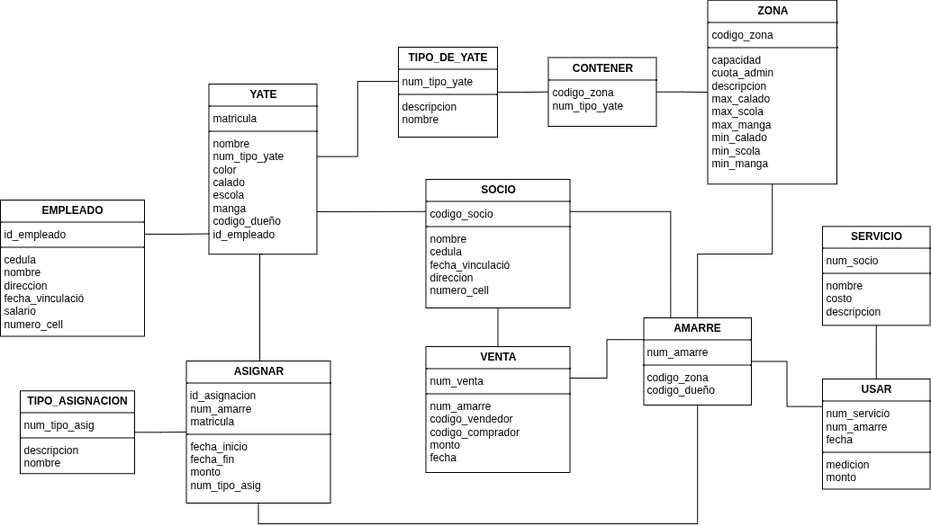
The draw.io diagram docs/img/relacional.png in XhuaShell/projet_management_yacht_system, before a commit. Source tidied: cells renumbered, new cells last; positions are measured from the earlier drawing's top-left corner, leaving out a move shared by most shapes.
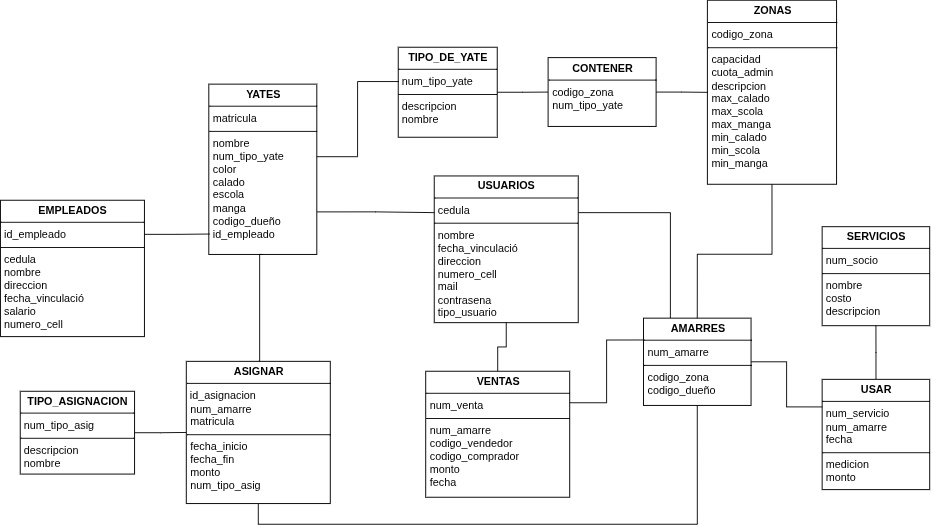
The same file after the commit.

The edit, as a diff of the source:
```diff
@@ -2,14 +2,14 @@
   <root>
     <mxCell id="0" />
     <mxCell id="1" parent="0" />
-    <mxCell id="2" value="&lt;p style=&quot;margin:0px;margin-top:4px;text-align:center;&quot;&gt;&lt;b&gt;EMPLEADO&lt;/b&gt;&lt;/p&gt;&lt;hr size=&quot;1&quot; style=&quot;border-style:solid;&quot;&gt;&lt;p style=&quot;margin:0px;margin-left:4px;&quot;&gt;id_empleado&lt;/p&gt;&lt;hr size=&quot;1&quot; style=&quot;border-style:solid;&quot;&gt;&lt;p style=&quot;margin: 0px 0px 0px 4px;&quot;&gt;cedula&lt;/p&gt;&lt;p style=&quot;margin: 0px 0px 0px 4px;&quot;&gt;nombre&lt;/p&gt;&lt;p style=&quot;margin: 0px 0px 0px 4px;&quot;&gt;direccion&lt;/p&gt;&lt;p style=&quot;margin: 0px 0px 0px 4px;&quot;&gt;fecha_vinculació&lt;/p&gt;&lt;p style=&quot;margin: 0px 0px 0px 4px;&quot;&gt;salario&lt;/p&gt;&lt;p style=&quot;margin: 0px 0px 0px 4px;&quot;&gt;numero_cell&lt;/p&gt;&lt;p style=&quot;margin: 0px 0px 0px 4px;&quot;&gt;&lt;br&gt;&lt;/p&gt;" style="verticalAlign=top;align=left;overflow=fill;html=1;whiteSpace=wrap;" parent="1" vertex="1">
+    <mxCell id="2" value="&lt;p style=&quot;margin:0px;margin-top:4px;text-align:center;&quot;&gt;&lt;b&gt;EMPLEADOS&lt;/b&gt;&lt;/p&gt;&lt;hr size=&quot;1&quot; style=&quot;border-style:solid;&quot;&gt;&lt;p style=&quot;margin:0px;margin-left:4px;&quot;&gt;id_empleado&lt;/p&gt;&lt;hr size=&quot;1&quot; style=&quot;border-style:solid;&quot;&gt;&lt;p style=&quot;margin: 0px 0px 0px 4px;&quot;&gt;cedula&lt;/p&gt;&lt;p style=&quot;margin: 0px 0px 0px 4px;&quot;&gt;nombre&lt;/p&gt;&lt;p style=&quot;margin: 0px 0px 0px 4px;&quot;&gt;direccion&lt;/p&gt;&lt;p style=&quot;margin: 0px 0px 0px 4px;&quot;&gt;fecha_vinculació&lt;/p&gt;&lt;p style=&quot;margin: 0px 0px 0px 4px;&quot;&gt;salario&lt;/p&gt;&lt;p style=&quot;margin: 0px 0px 0px 4px;&quot;&gt;numero_cell&lt;/p&gt;&lt;p style=&quot;margin: 0px 0px 0px 4px;&quot;&gt;&lt;br&gt;&lt;/p&gt;" style="verticalAlign=top;align=left;overflow=fill;html=1;whiteSpace=wrap;" parent="1" vertex="1">
       <mxGeometry y="222" width="160" height="151.5" as="geometry" />
     </mxCell>
     <mxCell id="3" style="edgeStyle=orthogonalEdgeStyle;rounded=0;jettySize=auto;html=1;entryX=0.25;entryY=0;entryDx=0;entryDy=0;endArrow=none;endFill=0;exitX=1;exitY=0.25;exitDx=0;exitDy=0;" parent="1" edge="1" source="4" target="12">
       <mxGeometry relative="1" as="geometry" />
     </mxCell>
-    <mxCell id="4" value="&lt;p style=&quot;margin:0px;margin-top:4px;text-align:center;&quot;&gt;&lt;b&gt;SOCIO&lt;/b&gt;&lt;/p&gt;&lt;hr size=&quot;1&quot; style=&quot;border-style:solid;&quot;&gt;&lt;p style=&quot;margin:0px;margin-left:4px;&quot;&gt;codigo_socio&lt;/p&gt;&lt;hr size=&quot;1&quot; style=&quot;border-style:solid;&quot;&gt;&lt;p style=&quot;margin: 0px 0px 0px 4px;&quot;&gt;nombre&lt;/p&gt;&lt;p style=&quot;margin: 0px 0px 0px 4px;&quot;&gt;cedula&lt;/p&gt;&lt;p style=&quot;margin: 0px 0px 0px 4px;&quot;&gt;fecha_vinculació&lt;/p&gt;&lt;p style=&quot;margin: 0px 0px 0px 4px;&quot;&gt;direccion&lt;/p&gt;&lt;p style=&quot;margin: 0px 0px 0px 4px;&quot;&gt;numero_cell&lt;/p&gt;" style="verticalAlign=top;align=left;overflow=fill;html=1;whiteSpace=wrap;" parent="1" vertex="1">
-      <mxGeometry x="472.5" y="199" width="160" height="143" as="geometry" />
+    <mxCell id="4" value="&lt;p style=&quot;margin:0px;margin-top:4px;text-align:center;&quot;&gt;&lt;b&gt;USUARIOS&lt;/b&gt;&lt;/p&gt;&lt;hr size=&quot;1&quot; style=&quot;border-style:solid;&quot;&gt;&lt;p style=&quot;margin:0px;margin-left:4px;&quot;&gt;cedula&lt;/p&gt;&lt;hr size=&quot;1&quot; style=&quot;border-style:solid;&quot;&gt;&lt;p style=&quot;margin: 0px 0px 0px 4px;&quot;&gt;nombre&lt;/p&gt;&lt;p style=&quot;margin: 0px 0px 0px 4px;&quot;&gt;fecha_vinculació&lt;/p&gt;&lt;p style=&quot;margin: 0px 0px 0px 4px;&quot;&gt;direccion&lt;/p&gt;&lt;p style=&quot;margin: 0px 0px 0px 4px;&quot;&gt;numero_cell&lt;/p&gt;&lt;p style=&quot;margin: 0px 0px 0px 4px;&quot;&gt;mail&lt;/p&gt;&lt;p style=&quot;margin: 0px 0px 0px 4px;&quot;&gt;contrasena&lt;/p&gt;&lt;p style=&quot;margin: 0px 0px 0px 4px;&quot;&gt;tipo_usuario&lt;/p&gt;" style="verticalAlign=top;align=left;overflow=fill;html=1;whiteSpace=wrap;" parent="1" vertex="1">
+      <mxGeometry x="482" y="195" width="160" height="163" as="geometry" />
     </mxCell>
     <mxCell id="5" style="edgeStyle=orthogonalEdgeStyle;rounded=0;jettySize=auto;html=1;entryX=0.5;entryY=1;entryDx=0;entryDy=0;endArrow=none;endFill=0;" parent="1" edge="1" source="7" target="4">
       <mxGeometry relative="1" as="geometry" />
@@ -17,10 +17,10 @@
     <mxCell id="6" style="edgeStyle=orthogonalEdgeStyle;rounded=0;jettySize=auto;html=1;exitX=1;exitY=0.25;exitDx=0;exitDy=0;entryX=0;entryY=0.25;entryDx=0;entryDy=0;endArrow=none;endFill=0;" parent="1" edge="1" source="7" target="12">
       <mxGeometry relative="1" as="geometry" />
     </mxCell>
-    <mxCell id="7" value="&lt;p style=&quot;margin:0px;margin-top:4px;text-align:center;&quot;&gt;&lt;b&gt;VENTA&lt;/b&gt;&lt;/p&gt;&lt;hr size=&quot;1&quot; style=&quot;border-style:solid;&quot;&gt;&lt;p style=&quot;margin:0px;margin-left:4px;&quot;&gt;num_venta&lt;/p&gt;&lt;hr size=&quot;1&quot; style=&quot;border-style:solid;&quot;&gt;&lt;p style=&quot;margin: 0px 0px 0px 4px;&quot;&gt;num_amarre&lt;/p&gt;&lt;p style=&quot;margin: 0px 0px 0px 4px;&quot;&gt;codigo_vendedor&lt;/p&gt;&lt;p style=&quot;margin: 0px 0px 0px 4px;&quot;&gt;codigo_comprador&lt;/p&gt;&lt;p style=&quot;margin: 0px 0px 0px 4px;&quot;&gt;monto&lt;/p&gt;&lt;p style=&quot;margin: 0px 0px 0px 4px;&quot;&gt;fecha&lt;/p&gt;" style="verticalAlign=top;align=left;overflow=fill;html=1;whiteSpace=wrap;" parent="1" vertex="1">
-      <mxGeometry x="472.5" y="385" width="160" height="140" as="geometry" />
+    <mxCell id="7" value="&lt;p style=&quot;margin:0px;margin-top:4px;text-align:center;&quot;&gt;&lt;b&gt;VENTAS&lt;/b&gt;&lt;/p&gt;&lt;hr size=&quot;1&quot; style=&quot;border-style:solid;&quot;&gt;&lt;p style=&quot;margin:0px;margin-left:4px;&quot;&gt;num_venta&lt;/p&gt;&lt;hr size=&quot;1&quot; style=&quot;border-style:solid;&quot;&gt;&lt;p style=&quot;margin: 0px 0px 0px 4px;&quot;&gt;num_amarre&lt;/p&gt;&lt;p style=&quot;margin: 0px 0px 0px 4px;&quot;&gt;codigo_vendedor&lt;/p&gt;&lt;p style=&quot;margin: 0px 0px 0px 4px;&quot;&gt;codigo_comprador&lt;/p&gt;&lt;p style=&quot;margin: 0px 0px 0px 4px;&quot;&gt;monto&lt;/p&gt;&lt;p style=&quot;margin: 0px 0px 0px 4px;&quot;&gt;fecha&lt;/p&gt;" style="verticalAlign=top;align=left;overflow=fill;html=1;whiteSpace=wrap;" parent="1" vertex="1">
+      <mxGeometry x="472.5" y="412" width="160" height="140" as="geometry" />
     </mxCell>
-    <mxCell id="8" value="&lt;p style=&quot;margin:0px;margin-top:4px;text-align:center;&quot;&gt;&lt;b&gt;SERVICIO&lt;/b&gt;&lt;/p&gt;&lt;hr size=&quot;1&quot; style=&quot;border-style:solid;&quot;&gt;&lt;p style=&quot;margin:0px;margin-left:4px;&quot;&gt;num_socio&lt;/p&gt;&lt;hr size=&quot;1&quot; style=&quot;border-style:solid;&quot;&gt;&lt;p style=&quot;margin: 0px 0px 0px 4px;&quot;&gt;nombre&lt;/p&gt;&lt;p style=&quot;margin: 0px 0px 0px 4px;&quot;&gt;costo&lt;/p&gt;&lt;p style=&quot;margin: 0px 0px 0px 4px;&quot;&gt;descripcion&lt;/p&gt;" style="verticalAlign=top;align=left;overflow=fill;html=1;whiteSpace=wrap;" parent="1" vertex="1">
+    <mxCell id="8" value="&lt;p style=&quot;margin:0px;margin-top:4px;text-align:center;&quot;&gt;&lt;b&gt;SERVICIOS&lt;/b&gt;&lt;/p&gt;&lt;hr size=&quot;1&quot; style=&quot;border-style:solid;&quot;&gt;&lt;p style=&quot;margin:0px;margin-left:4px;&quot;&gt;num_socio&lt;/p&gt;&lt;hr size=&quot;1&quot; style=&quot;border-style:solid;&quot;&gt;&lt;p style=&quot;margin: 0px 0px 0px 4px;&quot;&gt;nombre&lt;/p&gt;&lt;p style=&quot;margin: 0px 0px 0px 4px;&quot;&gt;costo&lt;/p&gt;&lt;p style=&quot;margin: 0px 0px 0px 4px;&quot;&gt;descripcion&lt;/p&gt;" style="verticalAlign=top;align=left;overflow=fill;html=1;whiteSpace=wrap;" parent="1" vertex="1">
       <mxGeometry x="913" y="251.4" width="119.5" height="110" as="geometry" />
     </mxCell>
     <mxCell id="9" style="edgeStyle=orthogonalEdgeStyle;rounded=0;jettySize=auto;html=1;entryX=0.5;entryY=1;entryDx=0;entryDy=0;endArrow=none;endFill=0;" parent="1" edge="1" source="10" target="8">
@@ -32,7 +32,7 @@
     <mxCell id="11" style="edgeStyle=orthogonalEdgeStyle;rounded=0;jettySize=auto;html=1;entryX=0;entryY=0.25;entryDx=0;entryDy=0;endArrow=none;endFill=0;" parent="1" edge="1" source="12" target="10">
       <mxGeometry relative="1" as="geometry" />
     </mxCell>
-    <mxCell id="12" value="&lt;p style=&quot;margin:0px;margin-top:4px;text-align:center;&quot;&gt;&lt;b&gt;AMARRE&lt;/b&gt;&lt;/p&gt;&lt;hr size=&quot;1&quot; style=&quot;border-style:solid;&quot;&gt;&lt;p style=&quot;margin:0px;margin-left:4px;&quot;&gt;&lt;span style=&quot;background-color: transparent; color: light-dark(rgb(0, 0, 0), rgb(255, 255, 255));&quot;&gt;num_amarre&lt;/span&gt;&lt;/p&gt;&lt;hr size=&quot;1&quot; style=&quot;border-style:solid;&quot;&gt;&lt;p style=&quot;margin: 0px 0px 0px 4px;&quot;&gt;codigo_zona&lt;/p&gt;&lt;p style=&quot;margin: 0px 0px 0px 4px;&quot;&gt;codigo_dueño&lt;/p&gt;" style="verticalAlign=top;align=left;overflow=fill;html=1;whiteSpace=wrap;" parent="1" vertex="1">
+    <mxCell id="12" value="&lt;p style=&quot;margin:0px;margin-top:4px;text-align:center;&quot;&gt;&lt;b&gt;AMARRES&lt;/b&gt;&lt;/p&gt;&lt;hr size=&quot;1&quot; style=&quot;border-style:solid;&quot;&gt;&lt;p style=&quot;margin:0px;margin-left:4px;&quot;&gt;&lt;span style=&quot;background-color: transparent; color: light-dark(rgb(0, 0, 0), rgb(255, 255, 255));&quot;&gt;num_amarre&lt;/span&gt;&lt;/p&gt;&lt;hr size=&quot;1&quot; style=&quot;border-style:solid;&quot;&gt;&lt;p style=&quot;margin: 0px 0px 0px 4px;&quot;&gt;codigo_zona&lt;/p&gt;&lt;p style=&quot;margin: 0px 0px 0px 4px;&quot;&gt;codigo_dueño&lt;/p&gt;" style="verticalAlign=top;align=left;overflow=fill;html=1;whiteSpace=wrap;" parent="1" vertex="1">
       <mxGeometry x="714.5" y="353" width="119.5" height="97" as="geometry" />
     </mxCell>
     <mxCell id="13" style="edgeStyle=orthogonalEdgeStyle;rounded=0;jettySize=auto;html=1;endArrow=none;endFill=0;" parent="1" edge="1" source="14" target="23">
@@ -44,7 +44,7 @@
     <mxCell id="15" style="edgeStyle=orthogonalEdgeStyle;rounded=0;jettySize=auto;html=1;exitX=1;exitY=0.75;exitDx=0;exitDy=0;entryX=0;entryY=0.25;entryDx=0;entryDy=0;endArrow=none;endFill=0;" parent="1" edge="1" source="16" target="4">
       <mxGeometry relative="1" as="geometry" />
     </mxCell>
-    <mxCell id="16" value="&lt;p style=&quot;margin:0px;margin-top:4px;text-align:center;&quot;&gt;&lt;b&gt;YATE&lt;/b&gt;&lt;/p&gt;&lt;hr size=&quot;1&quot; style=&quot;border-style:solid;&quot;&gt;&lt;p style=&quot;margin:0px;margin-left:4px;&quot;&gt;matricula&lt;/p&gt;&lt;hr size=&quot;1&quot; style=&quot;border-style:solid;&quot;&gt;&lt;p style=&quot;margin: 0px 0px 0px 4px;&quot;&gt;nombre&lt;/p&gt;&lt;p style=&quot;margin: 0px 0px 0px 4px;&quot;&gt;num_tipo_yate&lt;/p&gt;&lt;p style=&quot;margin: 0px 0px 0px 4px;&quot;&gt;color&lt;/p&gt;&lt;p style=&quot;margin: 0px 0px 0px 4px;&quot;&gt;calado&lt;/p&gt;&lt;p style=&quot;margin: 0px 0px 0px 4px;&quot;&gt;escola&lt;/p&gt;&lt;p style=&quot;margin: 0px 0px 0px 4px;&quot;&gt;manga&lt;/p&gt;&lt;p style=&quot;margin: 0px 0px 0px 4px;&quot;&gt;codigo_dueño&lt;/p&gt;&lt;p style=&quot;margin: 0px 0px 0px 4px;&quot;&gt;id_empleado&lt;/p&gt;" style="verticalAlign=top;align=left;overflow=fill;html=1;whiteSpace=wrap;" parent="1" vertex="1">
+    <mxCell id="16" value="&lt;p style=&quot;margin:0px;margin-top:4px;text-align:center;&quot;&gt;&lt;b&gt;YATES&lt;/b&gt;&lt;/p&gt;&lt;hr size=&quot;1&quot; style=&quot;border-style:solid;&quot;&gt;&lt;p style=&quot;margin:0px;margin-left:4px;&quot;&gt;matricula&lt;/p&gt;&lt;hr size=&quot;1&quot; style=&quot;border-style:solid;&quot;&gt;&lt;p style=&quot;margin: 0px 0px 0px 4px;&quot;&gt;nombre&lt;/p&gt;&lt;p style=&quot;margin: 0px 0px 0px 4px;&quot;&gt;num_tipo_yate&lt;/p&gt;&lt;p style=&quot;margin: 0px 0px 0px 4px;&quot;&gt;color&lt;/p&gt;&lt;p style=&quot;margin: 0px 0px 0px 4px;&quot;&gt;calado&lt;/p&gt;&lt;p style=&quot;margin: 0px 0px 0px 4px;&quot;&gt;escola&lt;/p&gt;&lt;p style=&quot;margin: 0px 0px 0px 4px;&quot;&gt;manga&lt;/p&gt;&lt;p style=&quot;margin: 0px 0px 0px 4px;&quot;&gt;codigo_dueño&lt;/p&gt;&lt;p style=&quot;margin: 0px 0px 0px 4px;&quot;&gt;id_empleado&lt;/p&gt;" style="verticalAlign=top;align=left;overflow=fill;html=1;whiteSpace=wrap;" parent="1" vertex="1">
       <mxGeometry x="231.5" y="93" width="120" height="189.2" as="geometry" />
     </mxCell>
     <mxCell id="17" style="edgeStyle=orthogonalEdgeStyle;rounded=0;jettySize=auto;html=1;entryX=0.5;entryY=1;entryDx=0;entryDy=0;endArrow=none;endFill=0;exitX=0.5;exitY=0;exitDx=0;exitDy=0;" parent="1" edge="1" source="19" target="16">
@@ -74,7 +74,7 @@
         </Array>
       </mxGeometry>
     </mxCell>
-    <mxCell id="21" value="&lt;p style=&quot;margin:0px;margin-top:4px;text-align:center;&quot;&gt;&lt;b&gt;ZONA&lt;/b&gt;&lt;/p&gt;&lt;hr size=&quot;1&quot; style=&quot;border-style:solid;&quot;&gt;&lt;p style=&quot;margin:0px;margin-left:4px;&quot;&gt;codigo_zona&lt;/p&gt;&lt;hr size=&quot;1&quot; style=&quot;border-style:solid;&quot;&gt;&lt;p style=&quot;margin: 0px 0px 0px 4px;&quot;&gt;capacidad&lt;/p&gt;&lt;p style=&quot;margin: 0px 0px 0px 4px;&quot;&gt;cuota_admin&lt;/p&gt;&lt;p style=&quot;margin: 0px 0px 0px 4px;&quot;&gt;descripcion&lt;/p&gt;&lt;p style=&quot;margin: 0px 0px 0px 4px;&quot;&gt;max_calado&lt;/p&gt;&lt;p style=&quot;margin: 0px 0px 0px 4px;&quot;&gt;max_scola&lt;/p&gt;&lt;p style=&quot;margin: 0px 0px 0px 4px;&quot;&gt;max_manga&lt;/p&gt;&lt;p style=&quot;margin: 0px 0px 0px 4px;&quot;&gt;min_calado&lt;/p&gt;&lt;p style=&quot;margin: 0px 0px 0px 4px;&quot;&gt;min_scola&lt;/p&gt;&lt;p style=&quot;margin: 0px 0px 0px 4px;&quot;&gt;min_manga&lt;/p&gt;" style="verticalAlign=top;align=left;overflow=fill;html=1;whiteSpace=wrap;" parent="1" vertex="1">
+    <mxCell id="21" value="&lt;p style=&quot;margin:0px;margin-top:4px;text-align:center;&quot;&gt;&lt;b&gt;ZONAS&lt;/b&gt;&lt;/p&gt;&lt;hr size=&quot;1&quot; style=&quot;border-style:solid;&quot;&gt;&lt;p style=&quot;margin:0px;margin-left:4px;&quot;&gt;codigo_zona&lt;/p&gt;&lt;hr size=&quot;1&quot; style=&quot;border-style:solid;&quot;&gt;&lt;p style=&quot;margin: 0px 0px 0px 4px;&quot;&gt;capacidad&lt;/p&gt;&lt;p style=&quot;margin: 0px 0px 0px 4px;&quot;&gt;cuota_admin&lt;/p&gt;&lt;p style=&quot;margin: 0px 0px 0px 4px;&quot;&gt;descripcion&lt;/p&gt;&lt;p style=&quot;margin: 0px 0px 0px 4px;&quot;&gt;max_calado&lt;/p&gt;&lt;p style=&quot;margin: 0px 0px 0px 4px;&quot;&gt;max_scola&lt;/p&gt;&lt;p style=&quot;margin: 0px 0px 0px 4px;&quot;&gt;max_manga&lt;/p&gt;&lt;p style=&quot;margin: 0px 0px 0px 4px;&quot;&gt;min_calado&lt;/p&gt;&lt;p style=&quot;margin: 0px 0px 0px 4px;&quot;&gt;min_scola&lt;/p&gt;&lt;p style=&quot;margin: 0px 0px 0px 4px;&quot;&gt;min_manga&lt;/p&gt;" style="verticalAlign=top;align=left;overflow=fill;html=1;whiteSpace=wrap;" parent="1" vertex="1">
       <mxGeometry x="785.5" y="-0.2" width="143.5" height="204.5" as="geometry" />
     </mxCell>
     <mxCell id="22" style="edgeStyle=orthogonalEdgeStyle;rounded=0;jettySize=auto;html=1;endArrow=none;endFill=0;" parent="1" edge="1" source="23" target="21">
```
